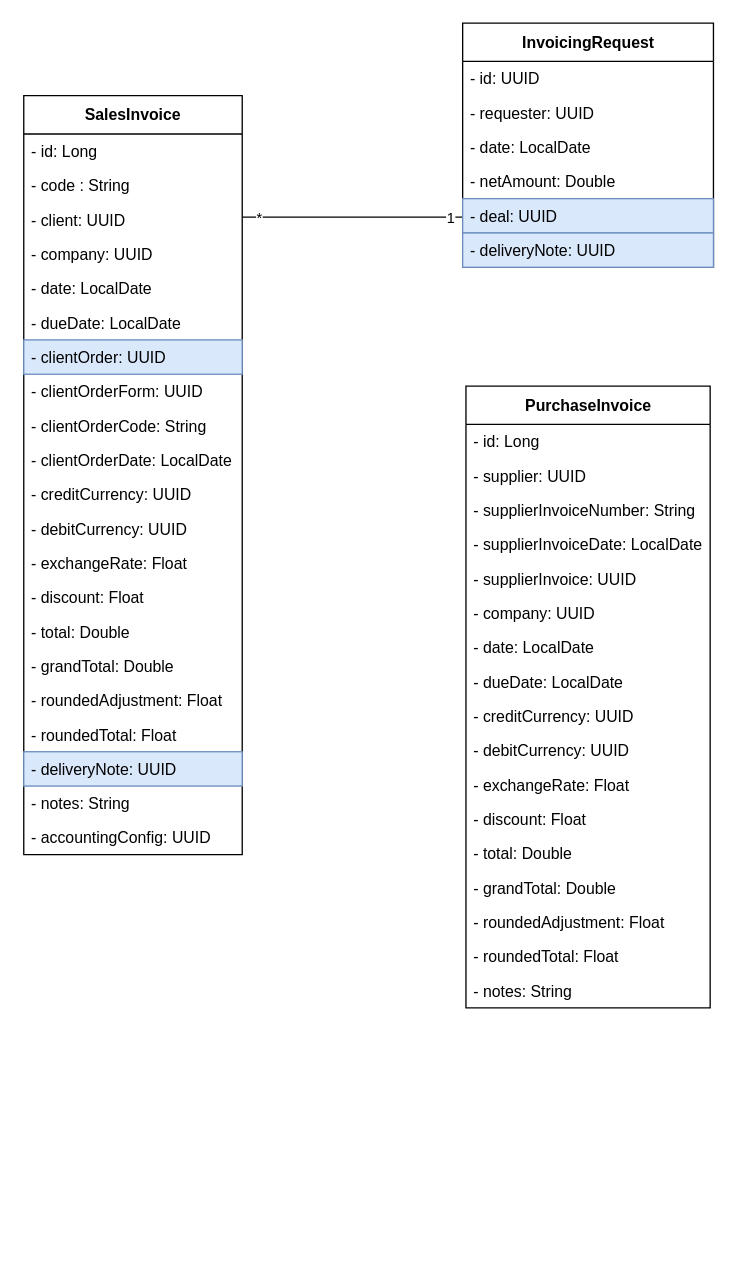
Above: Invoice/_DiagrammeClasseInvoice.drawio in ZidiMedAmine/UML (draw.io), before the change. Source tidied: cells renumbered, new cells numbered last; positions are measured from the earlier drawing's top-left corner, leaving out a move shared by most shapes. Both pictures are drawn from the tidied source at 132%, with x=0, y=0 at pixel (22, 22).
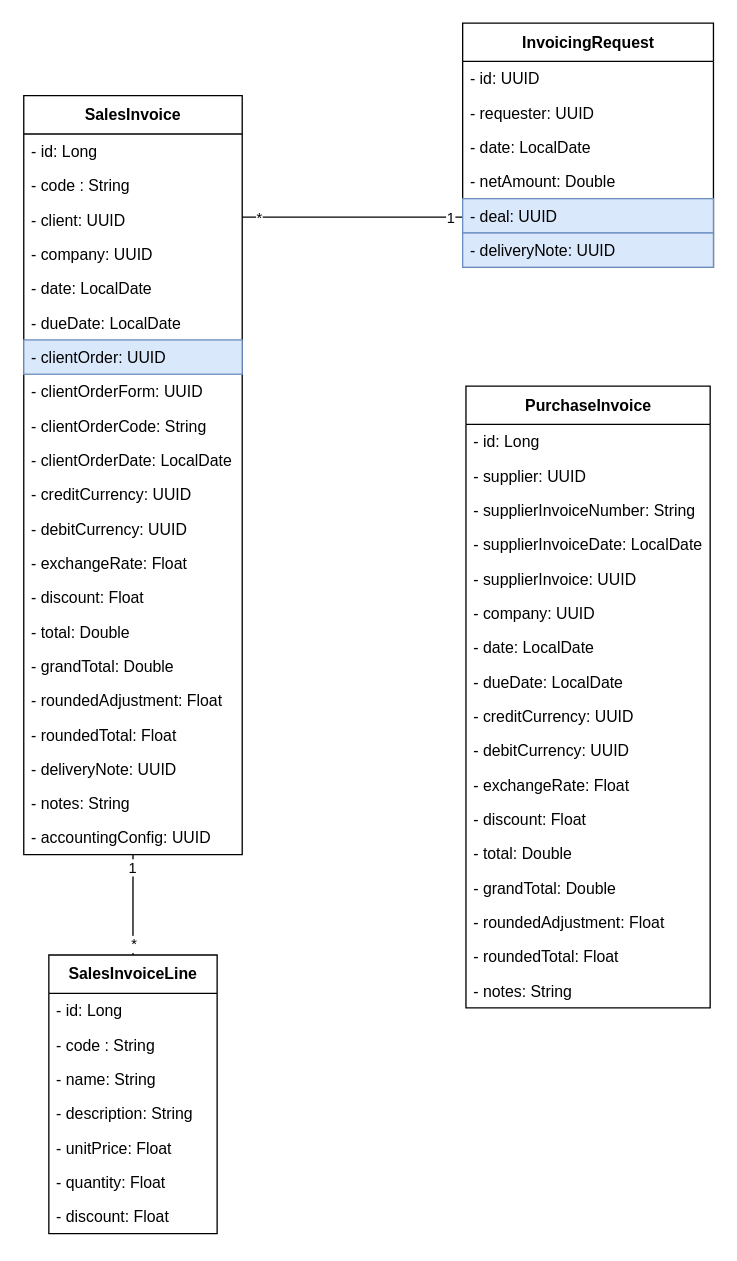
The same page after the edit.

Unchanged cells that the change refers to:
```xml
<mxCell id="2" value="&lt;b&gt;SalesInvoice&lt;/b&gt;" style="swimlane;fontStyle=0;align=center;verticalAlign=middle;horizontal=1;startSize=29;html=1;fontSize=12;labelPosition=center;verticalLabelPosition=middle;strokeColor=default;swimlaneLine=1;rounded=0;shadow=0;glass=0;sketch=0;perimeterSpacing=0;" parent="1" vertex="1">
  <mxGeometry x="0.5" y="55" width="165.5" height="575" as="geometry" />
</mxCell>
```

Change to the diagram source:
```diff
@@
-    <mxCell id="21" value="- deliveryNote: UUID" style="text;strokeColor=#6c8ebf;fillColor=#dae8fc;align=left;verticalAlign=top;spacingLeft=4;spacingRight=4;overflow=hidden;fontStyle=0;" parent="2" vertex="1">
+    <mxCell id="21" value="- deliveryNote: UUID" style="text;align=left;verticalAlign=top;spacingLeft=4;spacingRight=4;overflow=hidden;fontStyle=0;" parent="2" vertex="1">
       <mxGeometry y="497" width="165.5" height="26" as="geometry" />
     </mxCell>
@@
+    <mxCell id="52" style="edgeStyle=orthogonalEdgeStyle;rounded=0;jettySize=auto;html=1;fontColor=none;endArrow=none;endFill=0;startSize=5;endSize=5;strokeWidth=1;" parent="1" edge="1" source="55" target="2">
+      <mxGeometry relative="1" as="geometry" />
+    </mxCell>
+    <mxCell id="53" value="*" style="edgeLabel;html=1;align=center;verticalAlign=middle;fontColor=none;" parent="52" vertex="1">
+      <mxGeometry x="-0.77" relative="1" as="geometry" />
+    </mxCell>
+    <mxCell id="54" value="1" style="edgeLabel;html=1;align=center;verticalAlign=middle;fontColor=none;" parent="52" vertex="1">
+      <mxGeometry x="0.81" y="-1" relative="1" as="geometry">
+        <mxPoint x="-2" y="2" as="offset" />
+      </mxGeometry>
+    </mxCell>
+    <mxCell id="55" value="&lt;b&gt;SalesInvoiceLine&lt;/b&gt;" style="swimlane;fontStyle=0;align=center;verticalAlign=middle;horizontal=1;startSize=29;html=1;fontSize=12;labelPosition=center;verticalLabelPosition=middle;strokeColor=default;swimlaneLine=1;rounded=0;shadow=0;glass=0;sketch=0;perimeterSpacing=0;" parent="1" vertex="1">
+      <mxGeometry x="19.5" y="706" width="127.5" height="211" as="geometry" />
+    </mxCell>
+    <mxCell id="56" value="- id: Long" style="text;strokeColor=none;fillColor=none;align=left;verticalAlign=top;spacingLeft=4;spacingRight=4;overflow=hidden;fontStyle=0;" parent="55" vertex="1">
+      <mxGeometry y="29" width="127.5" height="26" as="geometry" />
+    </mxCell>
+    <mxCell id="57" value="- code : String" style="text;strokeColor=none;fillColor=none;align=left;verticalAlign=top;spacingLeft=4;spacingRight=4;overflow=hidden;fontStyle=0;" parent="55" vertex="1">
+      <mxGeometry y="55" width="127.5" height="26" as="geometry" />
+    </mxCell>
+    <mxCell id="58" value="- name: String" style="text;strokeColor=none;fillColor=none;align=left;verticalAlign=top;spacingLeft=4;spacingRight=4;overflow=hidden;fontStyle=0;" parent="55" vertex="1">
+      <mxGeometry y="81" width="127.5" height="26" as="geometry" />
+    </mxCell>
+    <mxCell id="59" value="- description: String" style="text;strokeColor=none;fillColor=none;align=left;verticalAlign=top;spacingLeft=4;spacingRight=4;overflow=hidden;fontStyle=0;" parent="55" vertex="1">
+      <mxGeometry y="107" width="127.5" height="26" as="geometry" />
+    </mxCell>
+    <mxCell id="60" value="- unitPrice: Float" style="text;strokeColor=none;fillColor=none;align=left;verticalAlign=top;spacingLeft=4;spacingRight=4;overflow=hidden;fontStyle=0;" parent="55" vertex="1">
+      <mxGeometry y="133" width="127.5" height="26" as="geometry" />
+    </mxCell>
+    <mxCell id="61" value="- quantity: Float" style="text;strokeColor=none;fillColor=none;align=left;verticalAlign=top;spacingLeft=4;spacingRight=4;overflow=hidden;fontStyle=0;" parent="55" vertex="1">
+      <mxGeometry y="159" width="127.5" height="26" as="geometry" />
+    </mxCell>
+    <mxCell id="62" value="- discount: Float" style="text;strokeColor=none;fillColor=none;align=left;verticalAlign=top;spacingLeft=4;spacingRight=4;overflow=hidden;fontStyle=0;" parent="55" vertex="1">
+      <mxGeometry y="185" width="127.5" height="26" as="geometry" />
+    </mxCell>
```
